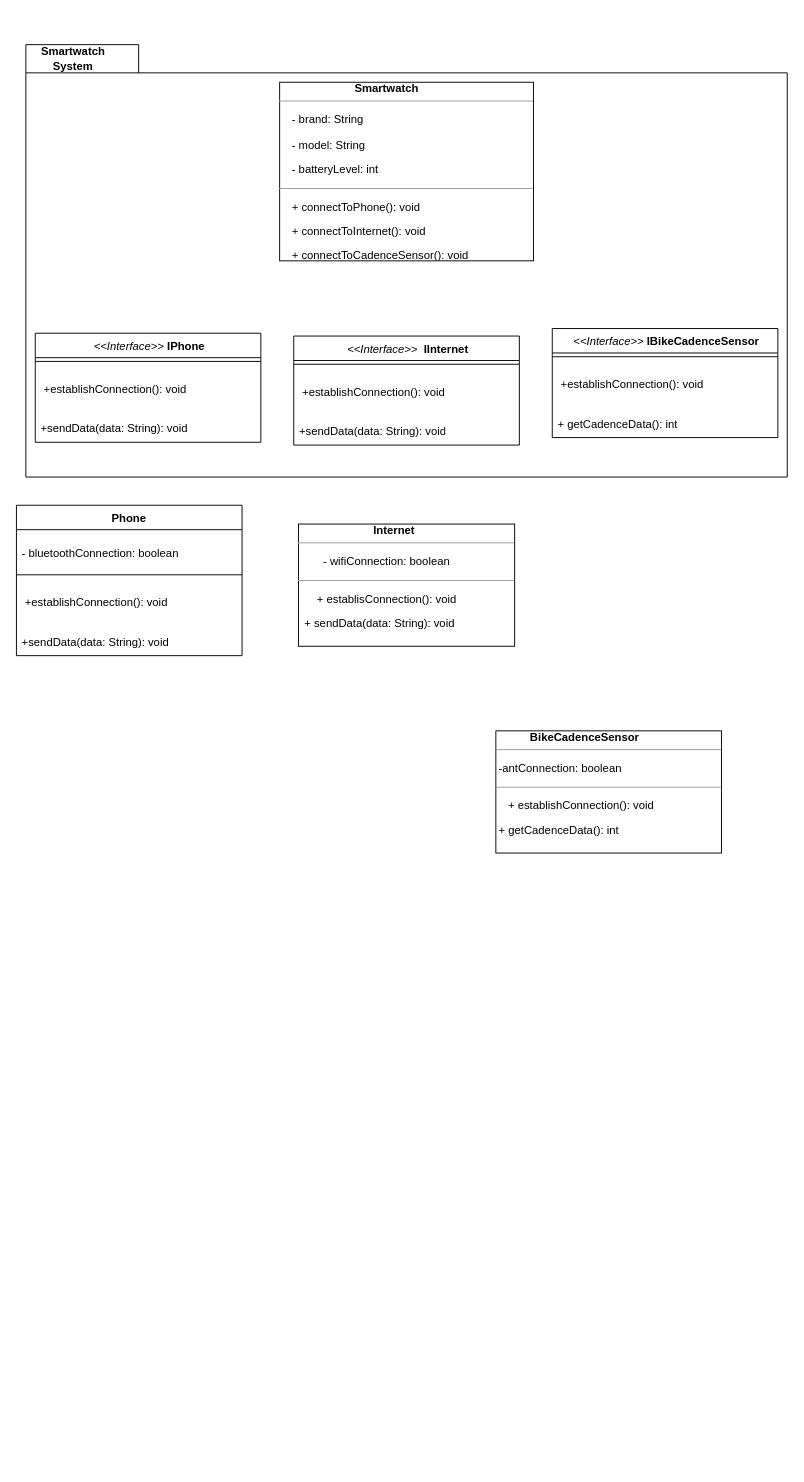
This is CIS 622 Diagram.drawio from Calebcheruiyc/ProjTech, a draw.io file, before an edit. Source tidied: cells renumbered, new cells numbered last; positions are measured from the earlier drawing's top-left corner, leaving out a move shared by most shapes. Both pictures are drawn from the tidied source at 94%, with x=0, y=0 at pixel (16, 44).
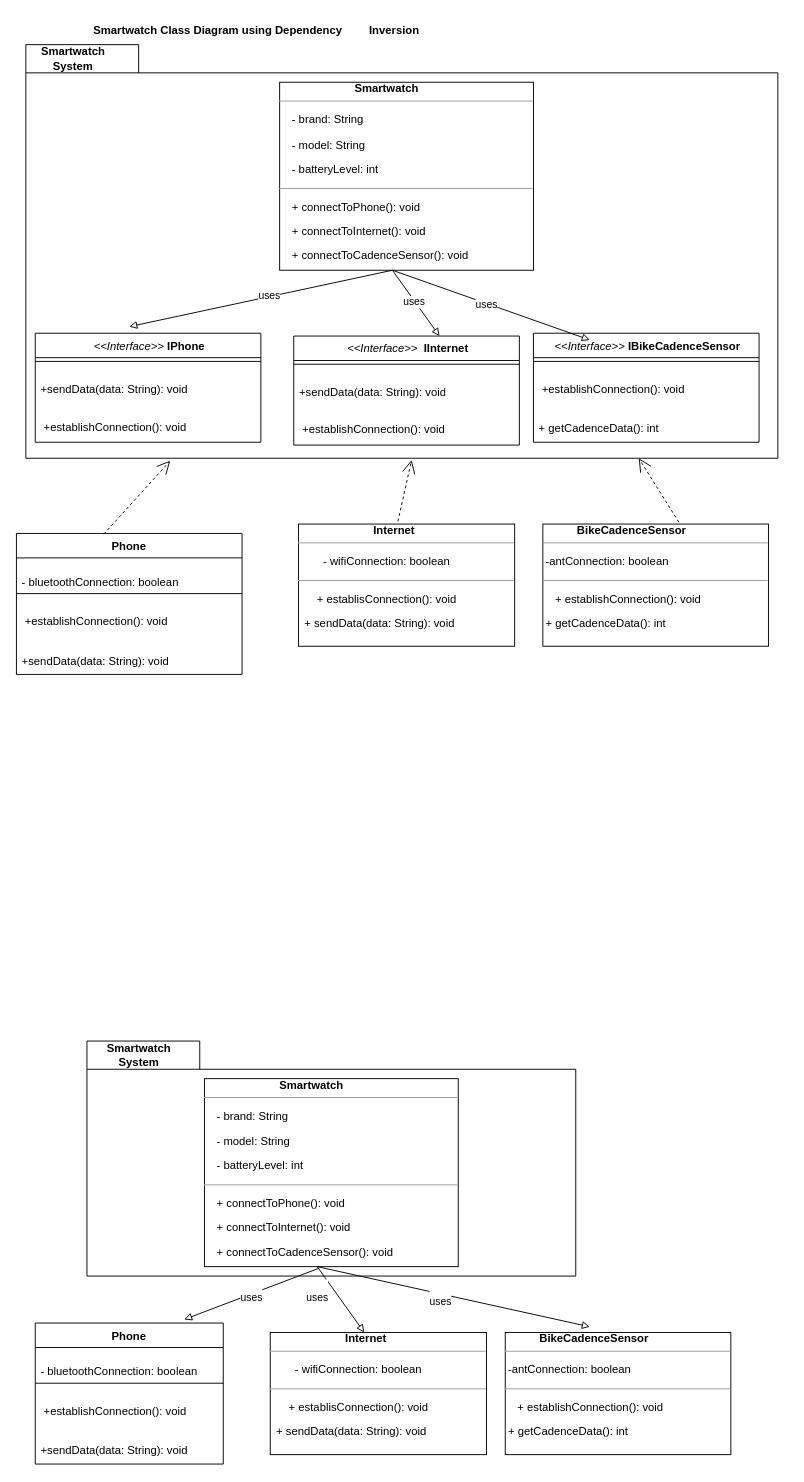
Above is the later version.

Unchanged cells that the change refers to:
```xml
<mxCell id="10" value="&amp;nbsp; &amp;nbsp; &amp;nbsp; &amp;nbsp; &amp;nbsp; &amp;nbsp; &amp;nbsp; &amp;nbsp; &amp;nbsp; &amp;nbsp; &amp;nbsp; &lt;b&gt;&amp;nbsp;&amp;nbsp;Internet&lt;/b&gt;&lt;br&gt;&lt;hr size=&quot;1&quot;&gt;&lt;p class=&quot;MsoNormal&quot;&gt;&amp;nbsp; &amp;nbsp; &amp;nbsp;&amp;nbsp;&amp;nbsp; &lt;span style=&quot;background-color: initial;&quot;&gt;- wifiConnection: boolean&lt;/span&gt;&lt;br&gt;&lt;/p&gt;&lt;p class=&quot;MsoNormal&quot;&gt;&lt;span lang=&quot;EN-US&quot;&gt;&lt;/span&gt;&lt;/p&gt;&lt;hr size=&quot;1&quot;&gt;&lt;p class=&quot;MsoNormal&quot;&gt;&amp;nbsp; &amp;nbsp;&amp;nbsp;&amp;nbsp; &lt;span style=&quot;background-color: initial;&quot;&gt;+ establisConnection(): void&lt;/span&gt;&lt;/p&gt;&lt;span style=&quot;background-color: initial;&quot;&gt;&amp;nbsp; + sendData(data: String): void&lt;/span&gt;" style="verticalAlign=top;align=left;overflow=fill;fontSize=12;fontFamily=Helvetica;html=1;whiteSpace=wrap;" parent="1" vertex="1">
  <mxGeometry x="300" y="510" width="230" height="130" as="geometry" />
</mxCell>
<mxCell id="12" value="&lt;i style=&quot;border-color: var(--border-color); font-weight: 400;&quot;&gt;&amp;nbsp;&amp;lt;&amp;lt;Interface&amp;gt;&amp;gt;&amp;nbsp;&lt;/i&gt;IPhone" style="swimlane;fontStyle=1;align=center;verticalAlign=top;horizontal=1;startSize=26;whiteSpace=wrap;html=1;" parent="1" vertex="1">
  <mxGeometry x="20" y="307" width="240" height="116" as="geometry" />
</mxCell>
<mxCell id="20" value="&lt;i style=&quot;border-color: var(--border-color); font-weight: 400;&quot;&gt;&amp;nbsp;&amp;lt;&amp;lt;Interface&amp;gt;&amp;gt;&amp;nbsp;&lt;/i&gt;&lt;b style=&quot;border-color: var(--border-color); text-align: left;&quot;&gt;&amp;nbsp;IInternet&lt;/b&gt;" style="swimlane;fontStyle=1;align=center;verticalAlign=top;horizontal=1;startSize=26;whiteSpace=wrap;html=1;" parent="1" vertex="1">
  <mxGeometry x="295" y="310" width="240" height="116" as="geometry" />
</mxCell>
```

Change to the diagram source:
```diff
@@
     <mxCell id="2" style="shape=folder;fontStyle=1;spacingTop=10;tabWidth=120;tabHeight=30;tabPosition=left;html=1;whiteSpace=wrap;" parent="1" vertex="1">
-      <mxGeometry x="10" width="810" height="460" as="geometry" />
+      <mxGeometry x="10" width="800" height="440" as="geometry" />
     </mxCell>
@@
     <mxCell id="4" value="Phone" style="swimlane;fontStyle=1;align=center;verticalAlign=top;horizontal=1;startSize=26;whiteSpace=wrap;html=1;" parent="1" vertex="1">
-      <mxGeometry y="490" width="240" height="160" as="geometry" />
+      <mxGeometry y="520" width="240" height="150" as="geometry" />
     </mxCell>
     <mxCell id="5" value="&lt;p class=&quot;MsoNormal&quot;&gt;- bluetoothConnection: boolean&lt;/p&gt;" style="text;strokeColor=none;fillColor=none;align=left;verticalAlign=top;spacingLeft=4;spacingRight=4;overflow=hidden;whiteSpace=wrap;html=1;" parent="4" vertex="1">
-      <mxGeometry y="26" width="240" height="44" as="geometry" />
+      <mxGeometry y="26" width="240" height="34" as="geometry" />
     </mxCell>
     <mxCell id="6" style="line;strokeWidth=1;fillColor=none;align=left;verticalAlign=middle;spacingTop=-1;spacingLeft=3;spacingRight=3;labelPosition=right;strokeColor=inherit;" parent="4" vertex="1">
-      <mxGeometry y="70" width="240" height="8" as="geometry" />
+      <mxGeometry y="60" width="240" height="8" as="geometry" />
     </mxCell>
     <mxCell id="7" value="&lt;p class=&quot;MsoNormal&quot;&gt;&amp;nbsp;+establishConnection(): void&lt;br&gt;&lt;/p&gt;" style="text;strokeColor=none;fillColor=none;align=left;verticalAlign=top;spacingLeft=4;spacingRight=4;overflow=hidden;whiteSpace=wrap;html=1;" parent="4" vertex="1">
-      <mxGeometry y="78" width="240" height="42" as="geometry" />
+      <mxGeometry y="68" width="240" height="42" as="geometry" />
     </mxCell>
     <mxCell id="8" value="&lt;p class=&quot;MsoNormal&quot;&gt;&lt;/p&gt;&lt;p class=&quot;MsoNormal&quot;&gt;&lt;span lang=&quot;en-KE&quot;&gt;+sendData(data: String): void&lt;/span&gt;&lt;/p&gt;" style="text;strokeColor=none;fillColor=none;align=left;verticalAlign=top;spacingLeft=4;spacingRight=4;overflow=hidden;whiteSpace=wrap;html=1;" parent="4" vertex="1">
-      <mxGeometry y="120" width="240" height="40" as="geometry" />
+      <mxGeometry y="110" width="240" height="40" as="geometry" />
     </mxCell>
     <mxCell id="9" value="&amp;nbsp; &amp;nbsp; &amp;nbsp; &amp;nbsp; &amp;nbsp; &amp;nbsp; &amp;nbsp; &amp;nbsp; &amp;nbsp; &amp;nbsp; &amp;nbsp; &amp;nbsp;&lt;b&gt; Smartwatch&lt;/b&gt;&amp;nbsp;&lt;br&gt;&lt;hr size=&quot;1&quot;&gt;&lt;p class=&quot;MsoNormal&quot;&gt;&amp;nbsp; &amp;nbsp; - brand: String&lt;/p&gt;&lt;p class=&quot;MsoNormal&quot;&gt;&lt;span lang=&quot;EN-US&quot;&gt;&amp;nbsp;&amp;nbsp;&amp;nbsp; - model: String&lt;/span&gt;&lt;/p&gt;&lt;p class=&quot;MsoNormal&quot;&gt;&lt;span lang=&quot;EN-US&quot;&gt;&amp;nbsp;&amp;nbsp;&amp;nbsp; - batteryLevel: int&lt;/span&gt;&lt;/p&gt;&lt;hr size=&quot;1&quot;&gt;&lt;p class=&quot;MsoNormal&quot;&gt;&amp;nbsp; &amp;nbsp; + connectToPhone(): void&lt;/p&gt;&lt;p class=&quot;MsoNormal&quot;&gt;&lt;span lang=&quot;EN-US&quot;&gt;&amp;nbsp;&amp;nbsp;&amp;nbsp; + connectToInternet(): void&lt;/span&gt;&lt;/p&gt;&lt;p class=&quot;MsoNormal&quot;&gt;&lt;span lang=&quot;EN-US&quot;&gt;&amp;nbsp;&amp;nbsp;&amp;nbsp; + connectToCadenceSensor(): void&lt;/span&gt;&lt;/p&gt;" style="verticalAlign=top;align=left;overflow=fill;fontSize=12;fontFamily=Helvetica;html=1;whiteSpace=wrap;" parent="1" vertex="1">
-      <mxGeometry x="280" y="40" width="270" height="190" as="geometry" />
+      <mxGeometry x="280" y="40" width="270" height="200" as="geometry" />
     </mxCell>
@@
     <mxCell id="11" value="&amp;nbsp; &amp;nbsp; &amp;nbsp; &amp;nbsp; &amp;nbsp; &lt;b&gt;&amp;nbsp;BikeCadenceSensor&amp;nbsp;&lt;/b&gt;&lt;br&gt;&lt;hr size=&quot;1&quot;&gt;&lt;p class=&quot;MsoNormal&quot;&gt;&amp;nbsp;-antConnection: boolean&lt;br&gt;&lt;/p&gt;&lt;p class=&quot;MsoNormal&quot;&gt;&lt;span lang=&quot;EN-US&quot;&gt;&lt;/span&gt;&lt;/p&gt;&lt;p class=&quot;MsoNormal&quot;&gt;&lt;span lang=&quot;EN-US&quot;&gt;&lt;/span&gt;&lt;/p&gt;&lt;hr size=&quot;1&quot;&gt;&lt;p class=&quot;MsoNormal&quot;&gt;&amp;nbsp;&amp;nbsp;&amp;nbsp; &lt;span style=&quot;background-color: initial;&quot;&gt;+ establishConnection(): void&lt;/span&gt;&lt;/p&gt;&lt;p class=&quot;MsoNormal&quot;&gt;&lt;span lang=&quot;EN-US&quot;&gt;&amp;nbsp;+ getCadenceData(): int&lt;/span&gt;&lt;/p&gt;" style="verticalAlign=top;align=left;overflow=fill;fontSize=12;fontFamily=Helvetica;html=1;whiteSpace=wrap;" parent="1" vertex="1">
-      <mxGeometry x="510" y="730" width="240" height="130" as="geometry" />
+      <mxGeometry x="560" y="510" width="240" height="130" as="geometry" />
     </mxCell>
@@
+    <mxCell id="15" value="&lt;p class=&quot;MsoNormal&quot;&gt;&lt;/p&gt;&lt;p class=&quot;MsoNormal&quot;&gt;&lt;span lang=&quot;en-KE&quot;&gt;+sendData(data: String): void&lt;/span&gt;&lt;/p&gt;" style="text;strokeColor=none;fillColor=none;align=left;verticalAlign=top;spacingLeft=4;spacingRight=4;overflow=hidden;whiteSpace=wrap;html=1;" parent="12" vertex="1">
+      <mxGeometry y="34" width="240" height="40" as="geometry" />
+    </mxCell>
     <mxCell id="14" value="&lt;p class=&quot;MsoNormal&quot;&gt;&amp;nbsp;+establishConnection(): void&lt;br&gt;&lt;/p&gt;" style="text;strokeColor=none;fillColor=none;align=left;verticalAlign=top;spacingLeft=4;spacingRight=4;overflow=hidden;whiteSpace=wrap;html=1;" parent="12" vertex="1">
-      <mxGeometry y="34" width="240" height="42" as="geometry" />
+      <mxGeometry y="74" width="240" height="42" as="geometry" />
     </mxCell>
-    <mxCell id="15" value="&lt;p class=&quot;MsoNormal&quot;&gt;&lt;/p&gt;&lt;p class=&quot;MsoNormal&quot;&gt;&lt;span lang=&quot;en-KE&quot;&gt;+sendData(data: String): void&lt;/span&gt;&lt;/p&gt;" style="text;strokeColor=none;fillColor=none;align=left;verticalAlign=top;spacingLeft=4;spacingRight=4;overflow=hidden;whiteSpace=wrap;html=1;" parent="12" vertex="1">
-      <mxGeometry y="76" width="240" height="40" as="geometry" />
-    </mxCell>
     <mxCell id="16" value="&lt;i style=&quot;border-color: var(--border-color); font-weight: 400;&quot;&gt;&amp;nbsp;&amp;lt;&amp;lt;Interface&amp;gt;&amp;gt;&amp;nbsp;&lt;/i&gt;&lt;b style=&quot;border-color: var(--border-color); text-align: left;&quot;&gt;IBikeCadenceSensor&lt;/b&gt;" style="swimlane;fontStyle=1;align=center;verticalAlign=top;horizontal=1;startSize=26;whiteSpace=wrap;html=1;" parent="1" vertex="1">
-      <mxGeometry x="570" y="302" width="240" height="116" as="geometry" />
+      <mxGeometry x="550" y="307" width="240" height="116" as="geometry" />
     </mxCell>
@@
+    <mxCell id="23" value="&lt;p class=&quot;MsoNormal&quot;&gt;&lt;/p&gt;&lt;p class=&quot;MsoNormal&quot;&gt;&lt;span lang=&quot;en-KE&quot;&gt;+sendData(data: String): void&lt;/span&gt;&lt;/p&gt;" style="text;strokeColor=none;fillColor=none;align=left;verticalAlign=top;spacingLeft=4;spacingRight=4;overflow=hidden;whiteSpace=wrap;html=1;" parent="20" vertex="1">
+      <mxGeometry y="34" width="240" height="40" as="geometry" />
+    </mxCell>
     <mxCell id="22" value="&lt;p class=&quot;MsoNormal&quot;&gt;&amp;nbsp;+establishConnection(): void&lt;br&gt;&lt;/p&gt;" style="text;strokeColor=none;fillColor=none;align=left;verticalAlign=top;spacingLeft=4;spacingRight=4;overflow=hidden;whiteSpace=wrap;html=1;" parent="20" vertex="1">
-      <mxGeometry y="34" width="240" height="42" as="geometry" />
+      <mxGeometry y="74" width="240" height="42" as="geometry" />
     </mxCell>
-    <mxCell id="23" value="&lt;p class=&quot;MsoNormal&quot;&gt;&lt;/p&gt;&lt;p class=&quot;MsoNormal&quot;&gt;&lt;span lang=&quot;en-KE&quot;&gt;+sendData(data: String): void&lt;/span&gt;&lt;/p&gt;" style="text;strokeColor=none;fillColor=none;align=left;verticalAlign=top;spacingLeft=4;spacingRight=4;overflow=hidden;whiteSpace=wrap;html=1;" parent="20" vertex="1">
-      <mxGeometry y="76" width="240" height="40" as="geometry" />
-    </mxCell>
+    <mxCell id="24" style="endArrow=open;endSize=12;dashed=1;html=1;rounded=0;entryX=0.192;entryY=1.006;entryDx=0;entryDy=0;entryPerimeter=0;exitX=0.387;exitY=0.005;exitDx=0;exitDy=0;exitPerimeter=0;" parent="1" edge="1" source="4" target="2">
+      <mxGeometry relative="1" as="geometry" />
+    </mxCell>
+    <mxCell id="25" style="endArrow=open;endSize=12;dashed=1;html=1;rounded=0;entryX=0.815;entryY=1;entryDx=0;entryDy=0;entryPerimeter=0;exitX=0.603;exitY=-0.015;exitDx=0;exitDy=0;exitPerimeter=0;" parent="1" edge="1" source="11" target="2">
+      <mxGeometry relative="1" as="geometry" />
+    </mxCell>
+    <mxCell id="26" style="endArrow=open;endSize=12;dashed=1;html=1;rounded=0;entryX=0.513;entryY=1.004;entryDx=0;entryDy=0;entryPerimeter=0;exitX=0.46;exitY=-0.022;exitDx=0;exitDy=0;exitPerimeter=0;" parent="1" edge="1" source="10" target="2">
+      <mxGeometry relative="1" as="geometry" />
+    </mxCell>
+    <mxCell id="27" style="endArrow=block;dashed=0;endFill=0;html=1;rounded=0;entryX=0.646;entryY=0;entryDx=0;entryDy=0;entryPerimeter=0;" parent="1" edge="1" target="20">
+      <mxGeometry x="-0.35" y="-27" relative="1" as="geometry">
+        <mxPoint x="400" y="240" as="sourcePoint" />
+      </mxGeometry>
+    </mxCell>
+    <mxCell id="28" value="uses" style="edgeLabel;html=1;align=center;verticalAlign=middle;" parent="27" vertex="1">
+      <mxGeometry x="-0.06" y="-2" relative="1" as="geometry">
+        <mxPoint x="1" as="offset" />
+      </mxGeometry>
+    </mxCell>
+    <mxCell id="29" style="shape=folder;fontStyle=1;spacingTop=10;tabWidth=120;tabHeight=30;tabPosition=left;html=1;whiteSpace=wrap;" parent="1" vertex="1">
+      <mxGeometry x="75" y="1060" width="520" height="250" as="geometry" />
+    </mxCell>
+    <mxCell id="30" value="Smartwatch&lt;br/&gt;System" style="text;align=center;fontStyle=1;verticalAlign=middle;spacingLeft=3;spacingRight=3;strokeColor=none;html=1;" parent="1" vertex="1">
+      <mxGeometry x="80" y="1060" width="100" height="30" as="geometry" />
+    </mxCell>
+    <mxCell id="31" value="Phone" style="swimlane;fontStyle=1;align=center;verticalAlign=top;horizontal=1;startSize=26;whiteSpace=wrap;html=1;" parent="1" vertex="1">
+      <mxGeometry x="20" y="1360" width="200" height="150" as="geometry" />
+    </mxCell>
+    <mxCell id="32" value="&lt;p class=&quot;MsoNormal&quot;&gt;- bluetoothConnection: boolean&lt;/p&gt;" style="text;strokeColor=none;fillColor=none;align=left;verticalAlign=top;spacingLeft=4;spacingRight=4;overflow=hidden;whiteSpace=wrap;html=1;" parent="31" vertex="1">
+      <mxGeometry y="26" width="200" height="34" as="geometry" />
+    </mxCell>
+    <mxCell id="33" style="line;strokeWidth=1;fillColor=none;align=left;verticalAlign=middle;spacingTop=-1;spacingLeft=3;spacingRight=3;labelPosition=right;strokeColor=inherit;" parent="31" vertex="1">
+      <mxGeometry y="60" width="200" height="8" as="geometry" />
+    </mxCell>
+    <mxCell id="34" value="&lt;p class=&quot;MsoNormal&quot;&gt;&amp;nbsp;+establishConnection(): void&lt;br&gt;&lt;/p&gt;" style="text;strokeColor=none;fillColor=none;align=left;verticalAlign=top;spacingLeft=4;spacingRight=4;overflow=hidden;whiteSpace=wrap;html=1;" parent="31" vertex="1">
+      <mxGeometry y="68" width="200" height="42" as="geometry" />
+    </mxCell>
+    <mxCell id="35" value="&lt;p class=&quot;MsoNormal&quot;&gt;&lt;/p&gt;&lt;p class=&quot;MsoNormal&quot;&gt;&lt;span lang=&quot;en-KE&quot;&gt;+sendData(data: String): void&lt;/span&gt;&lt;/p&gt;" style="text;strokeColor=none;fillColor=none;align=left;verticalAlign=top;spacingLeft=4;spacingRight=4;overflow=hidden;whiteSpace=wrap;html=1;" parent="31" vertex="1">
+      <mxGeometry y="110" width="200" height="40" as="geometry" />
+    </mxCell>
+    <mxCell id="36" value="&amp;nbsp; &amp;nbsp; &amp;nbsp; &amp;nbsp; &amp;nbsp; &amp;nbsp; &amp;nbsp; &amp;nbsp; &amp;nbsp; &amp;nbsp; &amp;nbsp; &amp;nbsp;&lt;b&gt; Smartwatch&lt;/b&gt;&amp;nbsp;&lt;br&gt;&lt;hr size=&quot;1&quot;&gt;&lt;p class=&quot;MsoNormal&quot;&gt;&amp;nbsp; &amp;nbsp; - brand: String&lt;/p&gt;&lt;p class=&quot;MsoNormal&quot;&gt;&lt;span lang=&quot;EN-US&quot;&gt;&amp;nbsp;&amp;nbsp;&amp;nbsp; - model: String&lt;/span&gt;&lt;/p&gt;&lt;p class=&quot;MsoNormal&quot;&gt;&lt;span lang=&quot;EN-US&quot;&gt;&amp;nbsp;&amp;nbsp;&amp;nbsp; - batteryLevel: int&lt;/span&gt;&lt;/p&gt;&lt;hr size=&quot;1&quot;&gt;&lt;p class=&quot;MsoNormal&quot;&gt;&amp;nbsp; &amp;nbsp; + connectToPhone(): void&lt;/p&gt;&lt;p class=&quot;MsoNormal&quot;&gt;&lt;span lang=&quot;EN-US&quot;&gt;&amp;nbsp;&amp;nbsp;&amp;nbsp; + connectToInternet(): void&lt;/span&gt;&lt;/p&gt;&lt;p class=&quot;MsoNormal&quot;&gt;&lt;span lang=&quot;EN-US&quot;&gt;&amp;nbsp;&amp;nbsp;&amp;nbsp; + connectToCadenceSensor(): void&lt;/span&gt;&lt;/p&gt;" style="verticalAlign=top;align=left;overflow=fill;fontSize=12;fontFamily=Helvetica;html=1;whiteSpace=wrap;" parent="1" vertex="1">
+      <mxGeometry x="200" y="1100" width="270" height="200" as="geometry" />
+    </mxCell>
+    <mxCell id="37" value="&amp;nbsp; &amp;nbsp; &amp;nbsp; &amp;nbsp; &amp;nbsp; &amp;nbsp; &amp;nbsp; &amp;nbsp; &amp;nbsp; &amp;nbsp; &amp;nbsp; &lt;b&gt;&amp;nbsp;&amp;nbsp;Internet&lt;/b&gt;&lt;br&gt;&lt;hr size=&quot;1&quot;&gt;&lt;p class=&quot;MsoNormal&quot;&gt;&amp;nbsp; &amp;nbsp; &amp;nbsp;&amp;nbsp;&amp;nbsp; &lt;span style=&quot;background-color: initial;&quot;&gt;- wifiConnection: boolean&lt;/span&gt;&lt;br&gt;&lt;/p&gt;&lt;p class=&quot;MsoNormal&quot;&gt;&lt;span lang=&quot;EN-US&quot;&gt;&lt;/span&gt;&lt;/p&gt;&lt;hr size=&quot;1&quot;&gt;&lt;p class=&quot;MsoNormal&quot;&gt;&amp;nbsp; &amp;nbsp;&amp;nbsp;&amp;nbsp; &lt;span style=&quot;background-color: initial;&quot;&gt;+ establisConnection(): void&lt;/span&gt;&lt;/p&gt;&lt;span style=&quot;background-color: initial;&quot;&gt;&amp;nbsp; + sendData(data: String): void&lt;/span&gt;" style="verticalAlign=top;align=left;overflow=fill;fontSize=12;fontFamily=Helvetica;html=1;whiteSpace=wrap;" parent="1" vertex="1">
+      <mxGeometry x="270" y="1370" width="230" height="130" as="geometry" />
+    </mxCell>
+    <mxCell id="38" value="&amp;nbsp; &amp;nbsp; &amp;nbsp; &amp;nbsp; &amp;nbsp; &lt;b&gt;&amp;nbsp;BikeCadenceSensor&amp;nbsp;&lt;/b&gt;&lt;br&gt;&lt;hr size=&quot;1&quot;&gt;&lt;p class=&quot;MsoNormal&quot;&gt;&amp;nbsp;-antConnection: boolean&lt;br&gt;&lt;/p&gt;&lt;p class=&quot;MsoNormal&quot;&gt;&lt;span lang=&quot;EN-US&quot;&gt;&lt;/span&gt;&lt;/p&gt;&lt;p class=&quot;MsoNormal&quot;&gt;&lt;span lang=&quot;EN-US&quot;&gt;&lt;/span&gt;&lt;/p&gt;&lt;hr size=&quot;1&quot;&gt;&lt;p class=&quot;MsoNormal&quot;&gt;&amp;nbsp;&amp;nbsp;&amp;nbsp; &lt;span style=&quot;background-color: initial;&quot;&gt;+ establishConnection(): void&lt;/span&gt;&lt;/p&gt;&lt;p class=&quot;MsoNormal&quot;&gt;&lt;span lang=&quot;EN-US&quot;&gt;&amp;nbsp;+ getCadenceData(): int&lt;/span&gt;&lt;/p&gt;" style="verticalAlign=top;align=left;overflow=fill;fontSize=12;fontFamily=Helvetica;html=1;whiteSpace=wrap;" parent="1" vertex="1">
+      <mxGeometry x="520" y="1370" width="240" height="130" as="geometry" />
+    </mxCell>
+    <mxCell id="39" value="&#10;&lt;span style=&quot;color: rgb(0, 0, 0); font-family: Helvetica; font-size: 11px; font-style: normal; font-variant-ligatures: normal; font-variant-caps: normal; font-weight: 400; letter-spacing: normal; orphans: 2; text-align: center; text-indent: 0px; text-transform: none; widows: 2; word-spacing: 0px; -webkit-text-stroke-width: 0px; background-color: rgb(255, 255, 255); text-decoration-thickness: initial; text-decoration-style: initial; text-decoration-color: initial; float: none; display: inline !important;&quot;&gt;uses&lt;/span&gt;&#10;&#10;" style="endArrow=block;block=1;endFill=0;html=1;rounded=0;entryX=0.646;entryY=0;entryDx=0;entryDy=0;entryPerimeter=0;" parent="1" edge="1">
+      <mxGeometry x="-0.24" y="-23" relative="1" as="geometry">
+        <mxPoint x="320" y="1300" as="sourcePoint" />
+        <mxPoint x="370" y="1370" as="targetPoint" />
+      </mxGeometry>
+    </mxCell>
+    <mxCell id="40" value="&lt;br&gt;&lt;span style=&quot;color: rgb(0, 0, 0); font-family: Helvetica; font-size: 11px; font-style: normal; font-variant-ligatures: normal; font-variant-caps: normal; font-weight: 400; letter-spacing: normal; orphans: 2; text-align: center; text-indent: 0px; text-transform: none; widows: 2; word-spacing: 0px; -webkit-text-stroke-width: 0px; background-color: rgb(255, 255, 255); text-decoration-thickness: initial; text-decoration-style: initial; text-decoration-color: initial; float: none; display: inline !important;&quot;&gt;uses&lt;/span&gt;" style="endArrow=block;block=1;endFill=0;html=1;rounded=0;" parent="1" edge="1">
+      <mxGeometry x="-0.1" y="-1" relative="1" as="geometry">
+        <mxPoint x="320" y="1300" as="sourcePoint" />
+        <mxPoint x="610" y="1364" as="targetPoint" />
+      </mxGeometry>
+    </mxCell>
+    <mxCell id="41" value="&#10;&lt;span style=&quot;color: rgb(0, 0, 0); font-family: Helvetica; font-size: 11px; font-style: normal; font-variant-ligatures: normal; font-variant-caps: normal; font-weight: 400; letter-spacing: normal; orphans: 2; text-align: center; text-indent: 0px; text-transform: none; widows: 2; word-spacing: 0px; -webkit-text-stroke-width: 0px; background-color: rgb(255, 255, 255); text-decoration-thickness: initial; text-decoration-style: initial; text-decoration-color: initial; float: none; display: inline !important;&quot;&gt;uses&lt;/span&gt;&#10;&#10;" style="endArrow=block;block=1;endFill=0;html=1;rounded=0;entryX=0.792;entryY=-0.025;entryDx=0;entryDy=0;entryPerimeter=0;exitX=0.452;exitY=1.008;exitDx=0;exitDy=0;exitPerimeter=0;" parent="1" edge="1" source="36" target="31">
+      <mxGeometry x="0.05" y="10" relative="1" as="geometry" />
+    </mxCell>
+    <mxCell id="42" style="endArrow=block;dashed=0;endFill=0;html=1;rounded=0;entryX=0.75;entryY=0.714;entryDx=0;entryDy=0;entryPerimeter=0;" parent="1" edge="1" target="2">
+      <mxGeometry x="-0.35" y="-27" relative="1" as="geometry">
+        <mxPoint x="400" y="240" as="sourcePoint" />
+      </mxGeometry>
+    </mxCell>
+    <mxCell id="43" value="uses" style="edgeLabel;html=1;align=center;verticalAlign=middle;" parent="42" vertex="1">
+      <mxGeometry x="-0.06" y="-2" relative="1" as="geometry">
+        <mxPoint x="1" as="offset" />
+      </mxGeometry>
+    </mxCell>
+    <mxCell id="44" style="endArrow=block;dashed=0;endFill=0;html=1;rounded=0;" parent="1" edge="1">
+      <mxGeometry x="-0.35" y="-27" relative="1" as="geometry">
+        <mxPoint x="400" y="240" as="sourcePoint" />
+        <mxPoint x="120" y="300" as="targetPoint" />
+      </mxGeometry>
+    </mxCell>
+    <mxCell id="45" value="uses" style="edgeLabel;html=1;align=center;verticalAlign=middle;" parent="44" vertex="1">
+      <mxGeometry x="-0.06" y="-2" relative="1" as="geometry">
+        <mxPoint x="1" as="offset" />
+      </mxGeometry>
+    </mxCell>
+    <mxCell id="46" value="Smartwatch Class Diagram using Dependency&amp;nbsp;&lt;span style=&quot;white-space: pre;&quot;&gt;&#9;&lt;/span&gt;Inversion" style="text;align=center;fontStyle=1;verticalAlign=middle;spacingLeft=3;spacingRight=3;strokeColor=none;html=1;" parent="1" vertex="1">
+      <mxGeometry x="30" y="-30" width="450" height="30" as="geometry" />
+    </mxCell>
```
